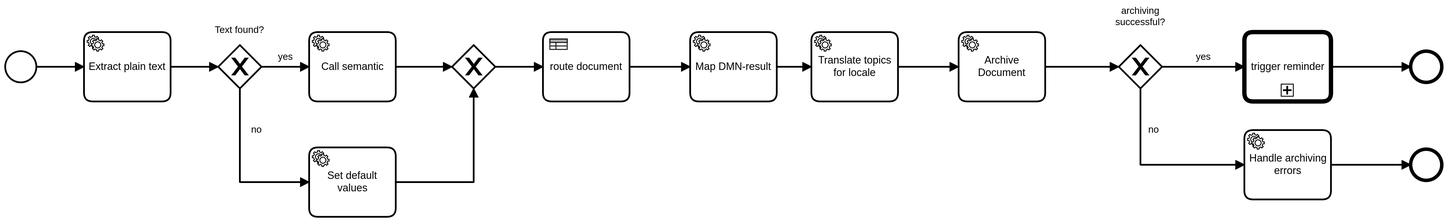
Earlier version of the BPMN export src/main/resources/mailprocessor.png (Cuupa/mailprocessor). Its source is kept beside it as src/main/resources/mailprocessor.bpmn. Ids are renumbered.
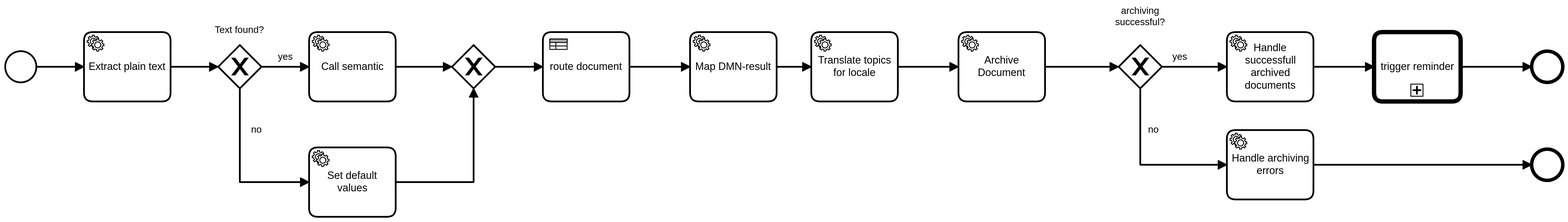
The same diagram one commit later.

Commit message:
feat_workingdir implemented a histroy. archived documents are now moved a subdir

Change to the diagram source:
```diff
@@ -62,7 +62,7 @@
                 <camunda:in variables="all"/>
                 <camunda:out variables="all"/>
             </bpmn:extensionElements>
-            <bpmn:incoming>Flow_n22</bpmn:incoming>
+            <bpmn:incoming>Flow_n28</bpmn:incoming>
             <bpmn:outgoing>Flow_n19</bpmn:outgoing>
         </bpmn:callActivity>
         <bpmn:sequenceFlow id="SequenceFlow_n14" sourceRef="Task_n12" targetRef="Task_n17"/>
@@ -85,7 +85,7 @@
             <bpmn:outgoing>Flow_n22</bpmn:outgoing>
             <bpmn:outgoing>Flow_n24</bpmn:outgoing>
         </bpmn:exclusiveGateway>
-        <bpmn:sequenceFlow id="Flow_n22" name="yes" sourceRef="Gateway_n20" targetRef="Task_n21">
+        <bpmn:sequenceFlow id="Flow_n22" name="yes" sourceRef="Gateway_n20" targetRef="Activity_n29">
             <bpmn:conditionExpression xsi:type="bpmn:tFormalExpression">#{ARCHIVED}</bpmn:conditionExpression>
         </bpmn:sequenceFlow>
         <bpmn:endEvent id="Event_n25">
@@ -100,9 +100,34 @@
             <bpmn:incoming>Flow_n24</bpmn:incoming>
             <bpmn:outgoing>Flow_n26</bpmn:outgoing>
         </bpmn:serviceTask>
+        <bpmn:sequenceFlow id="Flow_n28" sourceRef="Activity_n29" targetRef="Task_n21"/>
+        <bpmn:serviceTask id="Activity_n29" name="Handle successfull archived documents"
+                          camunda:delegateExpression="#{handleArchivingSuccessDelegate}">
+            <bpmn:incoming>Flow_n22</bpmn:incoming>
+            <bpmn:outgoing>Flow_n28</bpmn:outgoing>
+        </bpmn:serviceTask>
     </bpmn:process>
     <bpmndi:BPMNDiagram id="BPMNDiagram_1">
         <bpmndi:BPMNPlane id="BPMNPlane_1" bpmnElement="mailprocessor">
+            <bpmndi:BPMNEdge id="Flow_n26_di" bpmnElement="Flow_n26">
+                <di:waypoint x="1690" y="240"/>
+                <di:waypoint x="1942" y="240"/>
+            </bpmndi:BPMNEdge>
+            <bpmndi:BPMNEdge id="Flow_n24_di" bpmnElement="Flow_n24">
+                <di:waypoint x="1490" y="152"/>
+                <di:waypoint x="1490" y="240"/>
+                <di:waypoint x="1590" y="240"/>
+                <bpmndi:BPMNLabel>
+                    <dc:Bounds x="1499" y="193" width="13" height="14"/>
+                </bpmndi:BPMNLabel>
+            </bpmndi:BPMNEdge>
+            <bpmndi:BPMNEdge id="Flow_n22_di" bpmnElement="Flow_n22">
+                <di:waypoint x="1515" y="127"/>
+                <di:waypoint x="1590" y="127"/>
+                <bpmndi:BPMNLabel>
+                    <dc:Bounds x="1527" y="109" width="18" height="14"/>
+                </bpmndi:BPMNLabel>
+            </bpmndi:BPMNEdge>
             <bpmndi:BPMNEdge id="Flow_n23_di" bpmnElement="Flow_n23">
                 <di:waypoint x="630" y="260"/>
                 <di:waypoint x="720" y="260"/>
@@ -113,8 +138,8 @@
                 <di:waypoint x="800" y="127"/>
             </bpmndi:BPMNEdge>
             <bpmndi:BPMNEdge id="Flow_n19_di" bpmnElement="Flow_n19">
-                <di:waypoint x="1710" y="127"/>
-                <di:waypoint x="1802" y="127"/>
+                <di:waypoint x="1860" y="127"/>
+                <di:waypoint x="1942" y="127"/>
             </bpmndi:BPMNEdge>
             <bpmndi:BPMNEdge id="SequenceFlow_n16_di" bpmnElement="SequenceFlow_n16">
                 <di:waypoint x="1070" y="127"/>
@@ -159,24 +184,9 @@
                 <di:waypoint x="215" y="127"/>
                 <di:waypoint x="270" y="127"/>
             </bpmndi:BPMNEdge>
-            <bpmndi:BPMNEdge id="Flow_n22_di" bpmnElement="Flow_n22">
-                <di:waypoint x="1515" y="127"/>
-                <di:waypoint x="1610" y="127"/>
-                <bpmndi:BPMNLabel>
-                    <dc:Bounds x="1554" y="109" width="18" height="14"/>
-                </bpmndi:BPMNLabel>
-            </bpmndi:BPMNEdge>
-            <bpmndi:BPMNEdge id="Flow_n24_di" bpmnElement="Flow_n24">
-                <di:waypoint x="1490" y="152"/>
-                <di:waypoint x="1490" y="240"/>
-                <di:waypoint x="1610" y="240"/>
-                <bpmndi:BPMNLabel>
-                    <dc:Bounds x="1499" y="193" width="13" height="14"/>
-                </bpmndi:BPMNLabel>
-            </bpmndi:BPMNEdge>
-            <bpmndi:BPMNEdge id="Flow_n26_di" bpmnElement="Flow_n26">
-                <di:waypoint x="1710" y="240"/>
-                <di:waypoint x="1802" y="240"/>
+            <bpmndi:BPMNEdge id="Flow_n28_di" bpmnElement="Flow_n28">
+                <di:waypoint x="1690" y="127"/>
+                <di:waypoint x="1760" y="127"/>
             </bpmndi:BPMNEdge>
             <bpmndi:BPMNShape id="_BPMNShape_StartEvent_2" bpmnElement="StartEvent_1">
                 <dc:Bounds x="179" y="109" width="36" height="36"/>
@@ -218,16 +228,19 @@
                 </bpmndi:BPMNLabel>
             </bpmndi:BPMNShape>
             <bpmndi:BPMNShape id="EndEvent_n18_di" bpmnElement="EndEvent_n18">
-                <dc:Bounds x="1802" y="109" width="36" height="36"/>
+                <dc:Bounds x="1942" y="109" width="36" height="36"/>
+            </bpmndi:BPMNShape>
+            <bpmndi:BPMNShape id="Event_n25_di" bpmnElement="Event_n25">
+                <dc:Bounds x="1942" y="222" width="36" height="36"/>
             </bpmndi:BPMNShape>
             <bpmndi:BPMNShape id="CallActivity_0zw0uzg_di" bpmnElement="Task_n21">
-                <dc:Bounds x="1610" y="87" width="100" height="80"/>
-            </bpmndi:BPMNShape>
-            <bpmndi:BPMNShape id="Event_n25_di" bpmnElement="Event_n25">
-                <dc:Bounds x="1802" y="222" width="36" height="36"/>
+                <dc:Bounds x="1760" y="87" width="100" height="80"/>
             </bpmndi:BPMNShape>
             <bpmndi:BPMNShape id="Activity_0emvc8a_di" bpmnElement="Activity_n27">
-                <dc:Bounds x="1610" y="200" width="100" height="80"/>
+                <dc:Bounds x="1590" y="200" width="100" height="80"/>
+            </bpmndi:BPMNShape>
+            <bpmndi:BPMNShape id="Activity_0zdxaod_di" bpmnElement="Activity_n29">
+                <dc:Bounds x="1590" y="87" width="100" height="80"/>
             </bpmndi:BPMNShape>
         </bpmndi:BPMNPlane>
     </bpmndi:BPMNDiagram>
```
